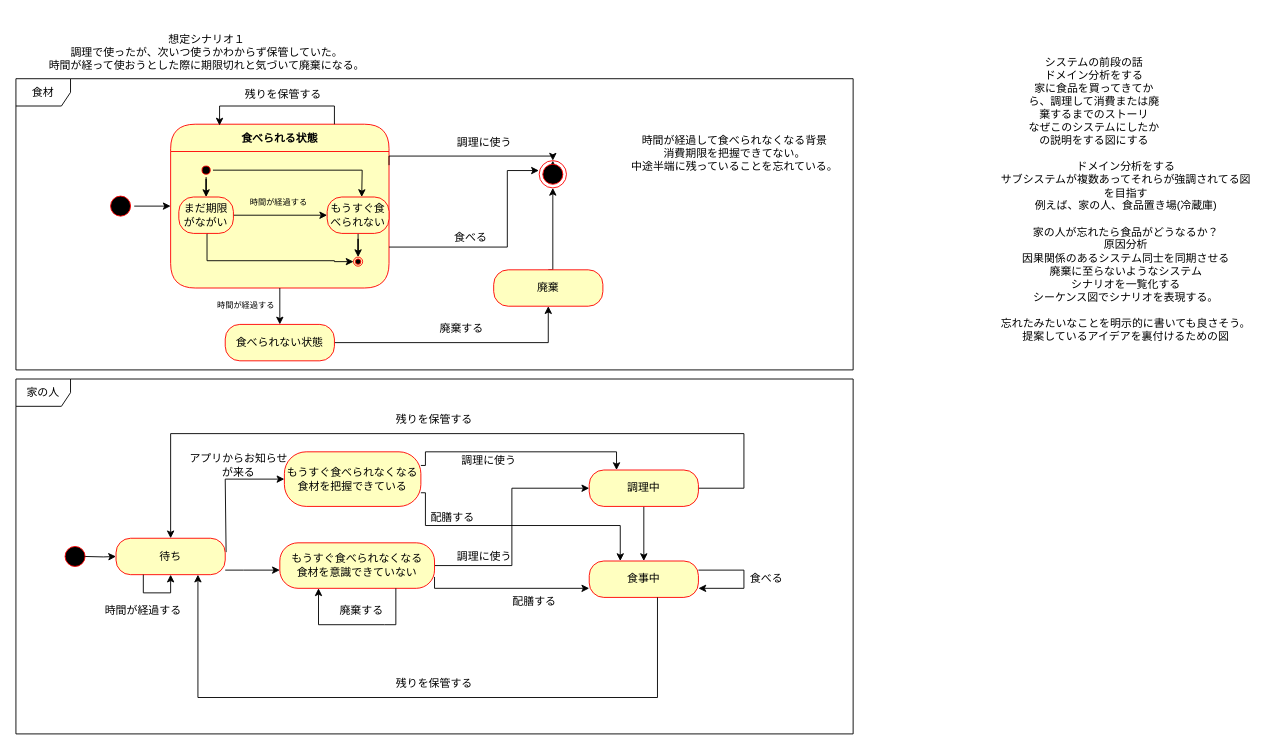
d-angelo-2049/food-loss-designs keeps this draw.io diagram as page "state-machine" (2 of 9) of general-design.drawio. Above is the earlier version. Source tidied: cells renumbered, new cells numbered last; positions are measured from the earlier drawing's top-left corner, leaving out a move shared by most shapes. Both pictures are drawn from the tidied source at 91%, with x=0, y=0 at pixel (15, 15).
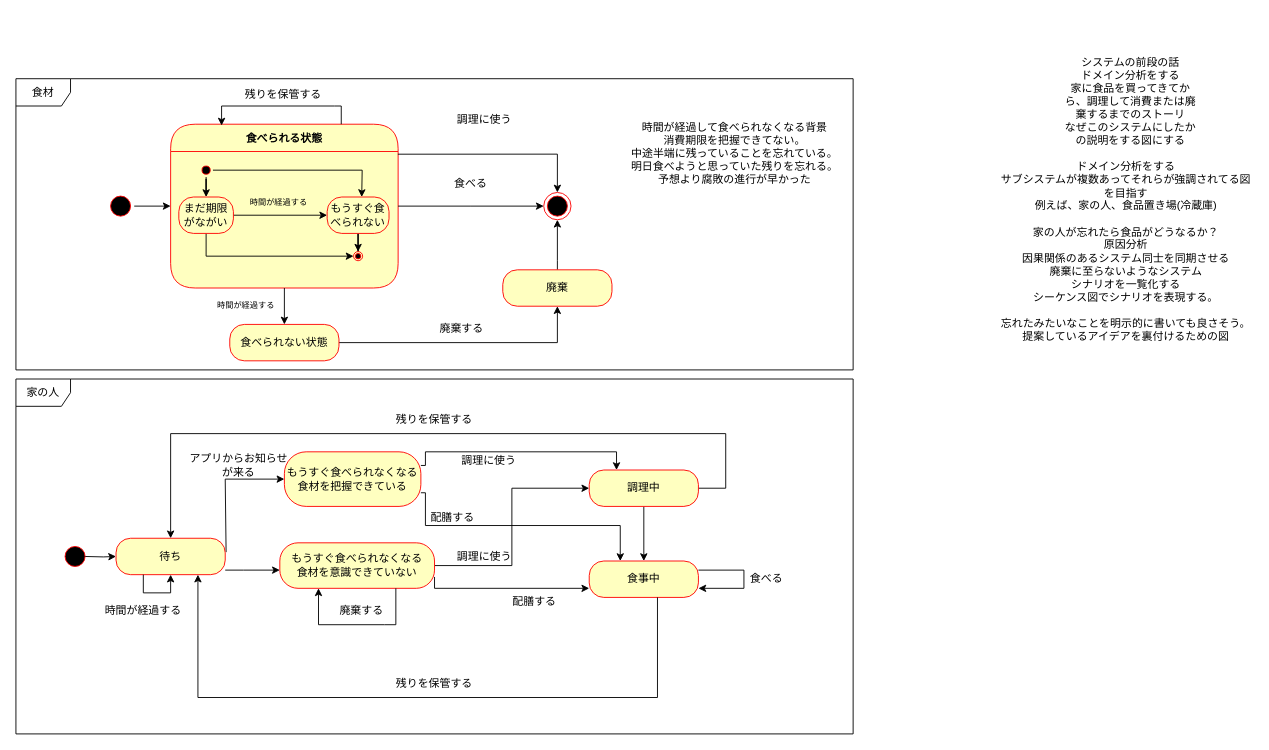
After the change.

Commit message (it also covers changes not shown here):
general-design.drawio を更新します

Unchanged cells that the change refers to:
```xml
<mxCell id="20" value="待ち" style="rounded=1;whiteSpace=wrap;html=1;arcSize=40;fontColor=#000000;fillColor=#ffffc0;strokeColor=#ff0000;" parent="1" vertex="1">
  <mxGeometry x="110" y="574" width="120" height="40" as="geometry" />
</mxCell>
<mxCell id="27" value="調理中" style="rounded=1;whiteSpace=wrap;html=1;arcSize=40;fontColor=#000000;fillColor=#ffffc0;strokeColor=#ff0000;" parent="1" vertex="1">
  <mxGeometry x="630" y="499" width="120" height="40" as="geometry" />
</mxCell>
<mxCell id="50" value="まだ期限がながい" style="rounded=1;whiteSpace=wrap;html=1;arcSize=40;fontColor=#000000;fillColor=#ffffc0;strokeColor=#ff0000;" parent="1" vertex="1">
  <mxGeometry x="179" y="199" width="60" height="40" as="geometry" />
</mxCell>
```

Change to the diagram source:
```diff
@@
     <mxCell id="2" value="食べられる状態" style="swimlane;fontStyle=1;align=center;verticalAlign=middle;horizontal=1;startSize=30;fontColor=#000000;rounded=1;arcSize=30;strokeColor=#ff0000;fillColor=#ffffc0;swimlaneFillColor=#ffffc0;" parent="1" vertex="1">
-      <mxGeometry x="170" y="119" width="240" height="180" as="geometry" />
+      <mxGeometry x="170" y="119" width="250" height="180" as="geometry" />
     </mxCell>
     <mxCell id="3" value="システムの前段の話&lt;br&gt;ドメイン分析をする&lt;br&gt;家に食品を買ってきてから、調理して消費または廃棄するまでのストーリ&lt;br&gt;なぜこのシステムにしたかの説明をする図にする" style="text;html=1;strokeColor=none;fillColor=none;align=center;verticalAlign=middle;whiteSpace=wrap;rounded=0;" parent="1" vertex="1">
-      <mxGeometry x="1110" y="39" width="150" height="110" as="geometry" />
+      <mxGeometry x="1150" y="39" width="150" height="110" as="geometry" />
     </mxCell>
@@
-    <mxCell id="7" value="想定シナリオ１&lt;br&gt;調理で使ったが、次いつ使うかわからず保管していた。&lt;br&gt;時間が経って使おうとした際に期限切れと気づいて廃棄になる。" style="text;html=1;strokeColor=none;fillColor=none;align=center;verticalAlign=middle;whiteSpace=wrap;rounded=0;" parent="1" vertex="1">
-      <mxGeometry width="420" height="80" as="geometry" />
-    </mxCell>
-    <mxCell id="8" style="edgeStyle=orthogonalEdgeStyle;rounded=0;jettySize=auto;html=1;exitX=1;exitY=0.25;exitDx=0;exitDy=0;entryX=0.5;entryY=0;entryDx=0;entryDy=0;" parent="1" edge="1" source="2" target="35">
+    <mxCell id="8" style="edgeStyle=orthogonalEdgeStyle;rounded=0;jettySize=auto;html=1;exitX=0.999;exitY=0.183;exitDx=0;exitDy=0;entryX=0.5;entryY=0;entryDx=0;entryDy=0;exitPerimeter=0;" parent="1" edge="1" source="2" target="35">
       <mxGeometry relative="1" as="geometry">
         <Array as="points">
-          <mxPoint x="410" y="154" />
-          <mxPoint x="590" y="154" />
+          <mxPoint x="595" y="152" />
         </Array>
       </mxGeometry>
     </mxCell>
-    <mxCell id="9" style="edgeStyle=orthogonalEdgeStyle;rounded=0;jettySize=auto;html=1;entryX=-0.011;entryY=0.364;entryDx=0;entryDy=0;entryPerimeter=0;exitX=1;exitY=0.75;exitDx=0;exitDy=0;" parent="1" edge="1" source="2" target="35">
+    <mxCell id="9" style="edgeStyle=orthogonalEdgeStyle;rounded=0;jettySize=auto;html=1;entryX=0;entryY=0.5;entryDx=0;entryDy=0;exitX=1;exitY=0.5;exitDx=0;exitDy=0;" parent="1" edge="1" source="2" target="35">
       <mxGeometry relative="1" as="geometry">
         <Array as="points">
-          <mxPoint x="540" y="254" />
-          <mxPoint x="540" y="170" />
+          <mxPoint x="500" y="209" />
+          <mxPoint x="500" y="209" />
         </Array>
       </mxGeometry>
     </mxCell>
@@
     <mxCell id="12" value="食べられない状態" style="rounded=1;whiteSpace=wrap;html=1;arcSize=40;fontColor=#000000;fillColor=#ffffc0;strokeColor=#ff0000;" parent="1" vertex="1">
-      <mxGeometry x="230" y="339" width="120" height="40" as="geometry" />
+      <mxGeometry x="235" y="339" width="120" height="40" as="geometry" />
     </mxCell>
     <mxCell id="13" style="edgeStyle=orthogonalEdgeStyle;rounded=0;jettySize=auto;html=1;entryX=0.5;entryY=1;entryDx=0;entryDy=0;exitX=0.5;exitY=0;exitDx=0;exitDy=0;" parent="1" edge="1" source="14" target="35">
       <mxGeometry relative="1" as="geometry">
         <Array as="points">
-          <mxPoint x="590" y="279" />
+          <mxPoint x="595" y="269" />
+          <mxPoint x="595" y="269" />
         </Array>
       </mxGeometry>
     </mxCell>
     <mxCell id="14" value="&lt;span style=&quot;font-weight: normal;&quot;&gt;廃棄&lt;/span&gt;" style="rounded=1;whiteSpace=wrap;html=1;arcSize=40;fontColor=#000000;fillColor=#ffffc0;strokeColor=#ff0000;fontStyle=1;" parent="1" vertex="1">
-      <mxGeometry x="525" y="279" width="120" height="40" as="geometry" />
+      <mxGeometry x="535" y="279" width="120" height="40" as="geometry" />
     </mxCell>
@@
     <mxCell id="23" value="調理に使う" style="text;html=1;strokeColor=none;fillColor=none;align=center;verticalAlign=middle;whiteSpace=wrap;rounded=0;" parent="1" vertex="1">
-      <mxGeometry x="460" y="124" width="110" height="30" as="geometry" />
+      <mxGeometry x="460" y="99" width="110" height="30" as="geometry" />
     </mxCell>
@@
     <mxCell id="25" style="edgeStyle=orthogonalEdgeStyle;rounded=0;jettySize=auto;html=1;entryX=0.5;entryY=0;entryDx=0;entryDy=0;" parent="1" edge="1" source="27" target="20">
       <mxGeometry relative="1" as="geometry">
         <Array as="points">
-          <mxPoint x="800" y="519" />
-          <mxPoint x="800" y="459" />
+          <mxPoint x="780" y="519" />
+          <mxPoint x="780" y="459" />
           <mxPoint x="170" y="459" />
         </Array>
       </mxGeometry>
     </mxCell>
@@
-    <mxCell id="31" style="edgeStyle=orthogonalEdgeStyle;rounded=0;jettySize=auto;html=1;entryX=0.5;entryY=0;entryDx=0;entryDy=0;" parent="1" edge="1" target="35">
-      <mxGeometry relative="1" as="geometry">
-        <mxPoint x="592.5" y="184" as="sourcePoint" />
-      </mxGeometry>
-    </mxCell>
@@
-    <mxCell id="34" value="時間が経過して食べられなくなる背景&lt;br&gt;消費期限を把握できてない。&lt;br&gt;中途半端に残っていることを忘れている。" style="text;html=1;strokeColor=none;fillColor=none;align=center;verticalAlign=middle;whiteSpace=wrap;rounded=0;" parent="1" vertex="1">
+    <mxCell id="34" value="時間が経過して食べられなくなる背景&lt;br&gt;消費期限を把握できてない。&lt;br&gt;中途半端に残っていることを忘れている。&lt;br&gt;明日食べようと思っていた残りを忘れる。&lt;br&gt;予想より腐敗の進行が早かった" style="text;html=1;strokeColor=none;fillColor=none;align=center;verticalAlign=middle;whiteSpace=wrap;rounded=0;" parent="1" vertex="1">
       <mxGeometry x="660" y="86" width="260" height="130" as="geometry" />
     </mxCell>
     <mxCell id="35" style="ellipse;html=1;shape=endState;fillColor=#000000;strokeColor=#ff0000;" parent="1" vertex="1">
-      <mxGeometry x="575" y="159" width="30" height="30" as="geometry" />
+      <mxGeometry x="580" y="194" width="30" height="30" as="geometry" />
     </mxCell>
@@
     <mxCell id="40" value="食べる" style="text;html=1;strokeColor=none;fillColor=none;align=center;verticalAlign=middle;whiteSpace=wrap;rounded=0;" parent="1" vertex="1">
-      <mxGeometry x="445" y="229" width="110" height="30" as="geometry" />
+      <mxGeometry x="445" y="169" width="110" height="30" as="geometry" />
     </mxCell>
@@
-    <mxCell id="49" style="edgeStyle=orthogonalEdgeStyle;rounded=0;jettySize=auto;html=1;entryX=0;entryY=0.5;entryDx=0;entryDy=0;exitX=0.538;exitY=0.999;exitDx=0;exitDy=0;exitPerimeter=0;" parent="1" edge="1" source="50" target="62">
+    <mxCell id="49" style="edgeStyle=orthogonalEdgeStyle;rounded=0;jettySize=auto;html=1;entryX=0;entryY=0.5;entryDx=0;entryDy=0;" parent="1" edge="1" source="50" target="62">
       <mxGeometry relative="1" as="geometry">
         <Array as="points">
-          <mxPoint x="210" y="239" />
-          <mxPoint x="210" y="269" />
-          <mxPoint x="350" y="269" />
-          <mxPoint x="350" y="270" />
+          <mxPoint x="209" y="264" />
         </Array>
       </mxGeometry>
     </mxCell>
@@
     <mxCell id="62" style="ellipse;html=1;shape=endState;fillColor=#000000;strokeColor=#ff0000;" parent="1" vertex="1">
-      <mxGeometry x="371" y="265" width="10" height="10" as="geometry" />
+      <mxGeometry x="371" y="259" width="10" height="10" as="geometry" />
     </mxCell>
```
